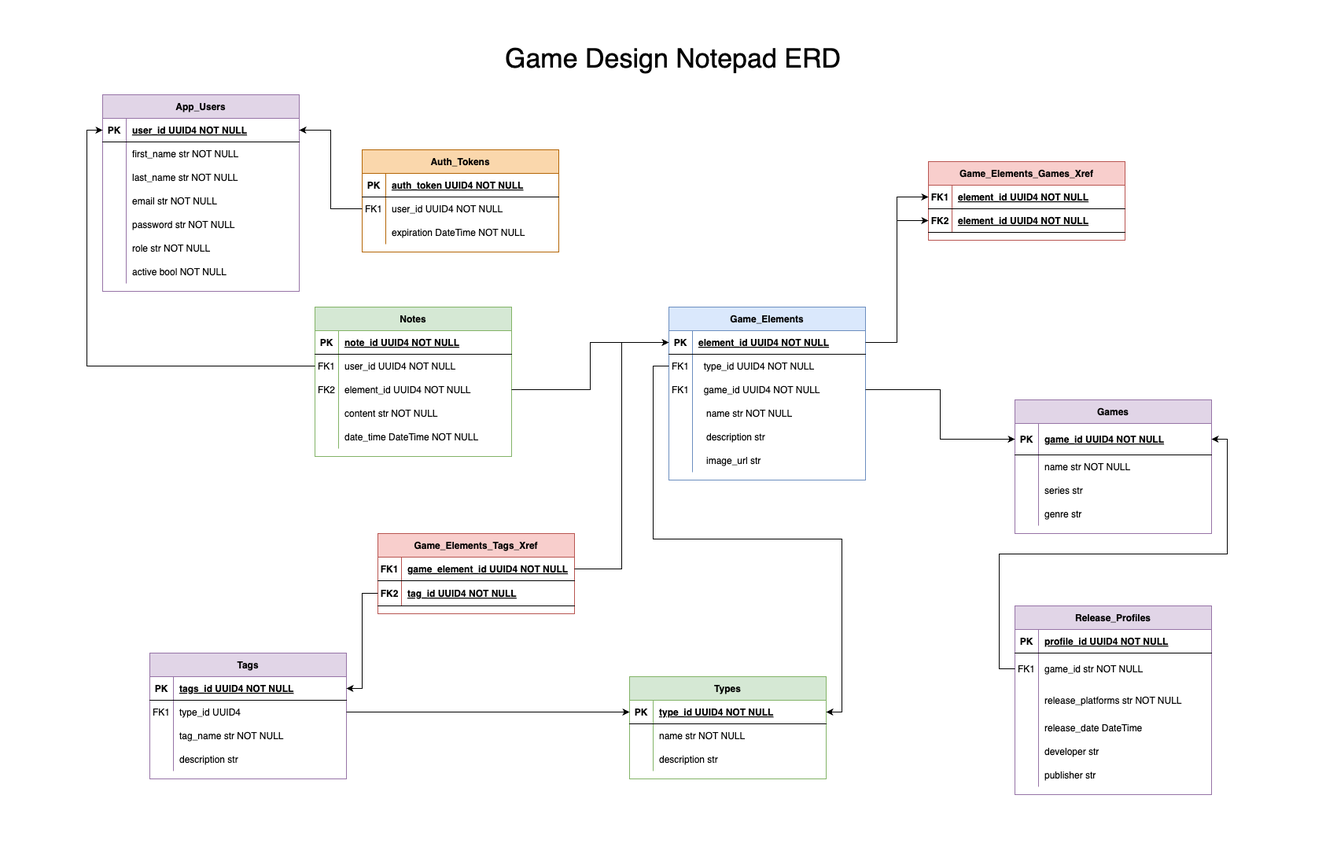
Mark-David-Hill/gd-notepad-be keeps this draw.io diagram as gd-notepad-erd.png. Above is the earlier version. Source tidied: cells renumbered, new cells last; positions are measured from the earlier drawing's top-left corner, leaving out a move shared by most shapes.
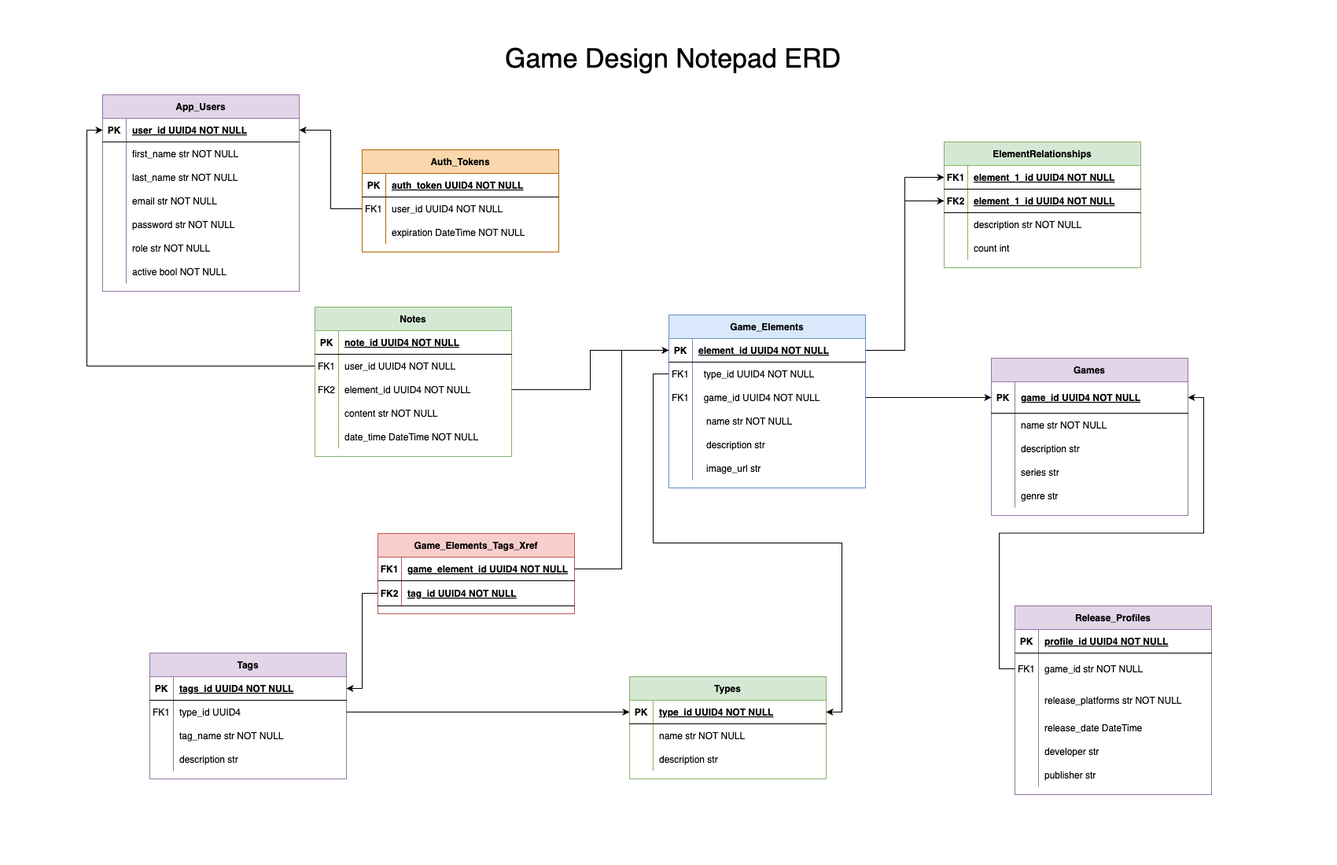
The same diagram one commit later.

Commit message:
updates erd and adds postman collection

What changed in the source:
```diff
@@ -33,7 +33,7 @@
       <mxGeometry x="30" width="220" height="30" as="geometry" />
     </mxCell>
     <mxCell id="12" value="Game_Elements" style="shape=table;startSize=30;rowLines=0;fontStyle=1;align=center;fillColor=#dae8fc;strokeColor=#6c8ebf;" parent="1" vertex="1">
-      <mxGeometry x="720" y="340" width="250" height="220" as="geometry" />
+      <mxGeometry x="720" y="350" width="250" height="220" as="geometry" />
     </mxCell>
     <mxCell id="13" style="shape=partialRectangle;fillColor=none;points=[[0,0.5],[1,0.5]];portConstraint=eastwest;top=0;left=0;right=0;bottom=1;" parent="12" vertex="1">
       <mxGeometry y="30" width="250" height="30" as="geometry" />
@@ -93,7 +93,7 @@
       <mxGeometry relative="1" as="geometry" />
     </mxCell>
     <mxCell id="32" value="Games" style="shape=table;startSize=30;rowLines=0;fontStyle=1;align=center;fillColor=#e1d5e7;strokeColor=#9673a6;" parent="1" vertex="1">
-      <mxGeometry x="1160" y="458" width="250" height="170" as="geometry" />
+      <mxGeometry x="1130" y="405" width="250" height="200" as="geometry" />
     </mxCell>
     <mxCell id="33" style="shape=partialRectangle;fillColor=none;points=[[0,0.5],[1,0.5]];portConstraint=eastwest;top=0;left=0;right=0;bottom=1;" parent="32" vertex="1">
       <mxGeometry y="30" width="250" height="40" as="geometry" />
@@ -113,8 +113,17 @@
     <mxCell id="38" value="name str NOT NULL" style="shape=partialRectangle;overflow=hidden;fillColor=none;top=0;left=0;bottom=0;right=0;align=left;spacingLeft=6;" parent="36" vertex="1">
       <mxGeometry x="30" width="220" height="30" as="geometry" />
     </mxCell>
+    <mxCell id="150" style="shape=partialRectangle;fillColor=none;top=0;left=0;right=0;bottom=0;" parent="32" vertex="1">
+      <mxGeometry y="100" width="250" height="30" as="geometry" />
+    </mxCell>
+    <mxCell id="151" style="shape=partialRectangle;overflow=hidden;fillColor=none;top=0;left=0;bottom=0;right=0;" parent="150" vertex="1">
+      <mxGeometry width="30" height="30" as="geometry" />
+    </mxCell>
+    <mxCell id="152" value="description str" style="shape=partialRectangle;overflow=hidden;fillColor=none;top=0;left=0;bottom=0;right=0;align=left;spacingLeft=6;" parent="150" vertex="1">
+      <mxGeometry x="30" width="220" height="30" as="geometry" />
+    </mxCell>
     <mxCell id="39" style="shape=partialRectangle;fillColor=none;top=0;left=0;right=0;bottom=0;" parent="32" vertex="1">
-      <mxGeometry y="100" width="250" height="30" as="geometry" />
+      <mxGeometry y="130" width="250" height="30" as="geometry" />
     </mxCell>
     <mxCell id="40" style="shape=partialRectangle;overflow=hidden;fillColor=none;top=0;left=0;bottom=0;right=0;" parent="39" vertex="1">
       <mxGeometry width="30" height="30" as="geometry" />
@@ -123,7 +132,7 @@
       <mxGeometry x="30" width="220" height="30" as="geometry" />
     </mxCell>
     <mxCell id="42" style="shape=partialRectangle;fillColor=none;top=0;left=0;right=0;bottom=0;" parent="32" vertex="1">
-      <mxGeometry y="130" width="250" height="30" as="geometry" />
+      <mxGeometry y="160" width="250" height="30" as="geometry" />
     </mxCell>
     <mxCell id="43" style="shape=partialRectangle;overflow=hidden;fillColor=none;top=0;left=0;bottom=0;right=0;" parent="42" vertex="1">
       <mxGeometry width="30" height="30" as="geometry" />
@@ -341,33 +350,6 @@
     <mxCell id="114" value="expiration DateTime NOT NULL" style="shape=partialRectangle;overflow=hidden;fillColor=none;top=0;left=0;bottom=0;right=0;align=left;spacingLeft=6;" parent="112" vertex="1">
       <mxGeometry x="30" width="220" height="30" as="geometry" />
     </mxCell>
-    <mxCell id="115" value="Game_Elements_Games_Xref" style="shape=table;startSize=30;rowLines=0;fontStyle=1;align=center;fillColor=#f8cecc;strokeColor=#b85450;" parent="1" vertex="1">
-      <mxGeometry x="1050" y="155" width="250" height="100" as="geometry" />
-    </mxCell>
-    <mxCell id="116" style="shape=partialRectangle;fillColor=none;points=[[0,0.5],[1,0.5]];portConstraint=eastwest;top=0;left=0;right=0;bottom=1;" parent="115" vertex="1">
-      <mxGeometry y="30" width="250" height="30" as="geometry" />
-    </mxCell>
-    <mxCell id="117" value="FK1" style="shape=partialRectangle;overflow=hidden;fillColor=none;top=0;left=0;bottom=0;right=0;fontStyle=1;" parent="116" vertex="1">
-      <mxGeometry width="30" height="30" as="geometry" />
-    </mxCell>
-    <mxCell id="118" value="element_id UUID4 NOT NULL " style="shape=partialRectangle;overflow=hidden;fillColor=none;top=0;left=0;bottom=0;right=0;align=left;spacingLeft=6;fontStyle=5;" parent="116" vertex="1">
-      <mxGeometry x="30" width="220" height="30" as="geometry" />
-    </mxCell>
-    <mxCell id="119" style="shape=partialRectangle;fillColor=none;points=[[0,0.5],[1,0.5]];portConstraint=eastwest;top=0;left=0;right=0;bottom=1;" parent="115" vertex="1">
-      <mxGeometry y="60" width="250" height="30" as="geometry" />
-    </mxCell>
-    <mxCell id="120" value="FK2" style="shape=partialRectangle;overflow=hidden;fillColor=none;top=0;left=0;bottom=0;right=0;fontStyle=1;" parent="119" vertex="1">
-      <mxGeometry width="30" height="30" as="geometry" />
-    </mxCell>
-    <mxCell id="121" value="element_id UUID4 NOT NULL " style="shape=partialRectangle;overflow=hidden;fillColor=none;top=0;left=0;bottom=0;right=0;align=left;spacingLeft=6;fontStyle=5;" parent="119" vertex="1">
-      <mxGeometry x="30" width="220" height="30" as="geometry" />
-    </mxCell>
-    <mxCell id="122" style="edgeStyle=orthogonalEdgeStyle;rounded=0;jettySize=auto;html=1;exitX=1;exitY=0.5;exitDx=0;exitDy=0;" parent="1" edge="1" source="13" target="119">
-      <mxGeometry relative="1" as="geometry" />
-    </mxCell>
-    <mxCell id="123" style="edgeStyle=orthogonalEdgeStyle;rounded=0;jettySize=auto;html=1;" parent="1" edge="1" source="13" target="116">
-      <mxGeometry relative="1" as="geometry" />
-    </mxCell>
     <mxCell id="124" value="Release_Profiles" style="shape=table;startSize=30;rowLines=0;fontStyle=1;align=center;fillColor=#e1d5e7;strokeColor=#9673a6;" parent="1" vertex="1">
       <mxGeometry x="1160" y="720" width="250" height="240" as="geometry" />
     </mxCell>
@@ -446,5 +428,50 @@
     <mxCell id="149" style="edgeStyle=orthogonalEdgeStyle;rounded=0;jettySize=auto;html=1;" parent="1" edge="1" source="19" target="33">
       <mxGeometry relative="1" as="geometry" />
     </mxCell>
+    <mxCell id="153" value="ElementRelationships" style="shape=table;startSize=30;rowLines=0;fontStyle=1;align=center;fillColor=#d5e8d4;strokeColor=#82b366;" parent="1" vertex="1">
+      <mxGeometry x="1070" y="130" width="250" height="160" as="geometry" />
+    </mxCell>
+    <mxCell id="116" style="shape=partialRectangle;fillColor=none;points=[[0,0.5],[1,0.5]];portConstraint=eastwest;top=0;left=0;right=0;bottom=1;" parent="153" vertex="1">
+      <mxGeometry y="30" width="250" height="30" as="geometry" />
+    </mxCell>
+    <mxCell id="117" value="FK1" style="shape=partialRectangle;overflow=hidden;fillColor=none;top=0;left=0;bottom=0;right=0;fontStyle=1;" parent="116" vertex="1">
+      <mxGeometry width="30" height="30" as="geometry" />
+    </mxCell>
+    <mxCell id="154" value="element_1_id UUID4 NOT NULL " style="shape=partialRectangle;overflow=hidden;fillColor=none;top=0;left=0;bottom=0;right=0;align=left;spacingLeft=6;fontStyle=5;" parent="116" vertex="1">
+      <mxGeometry x="30" width="220" height="30" as="geometry" />
+    </mxCell>
+    <mxCell id="119" style="shape=partialRectangle;fillColor=none;points=[[0,0.5],[1,0.5]];portConstraint=eastwest;top=0;left=0;right=0;bottom=1;" parent="153" vertex="1">
+      <mxGeometry y="60" width="250" height="30" as="geometry" />
+    </mxCell>
+    <mxCell id="120" value="FK2" style="shape=partialRectangle;overflow=hidden;fillColor=none;top=0;left=0;bottom=0;right=0;fontStyle=1;" parent="119" vertex="1">
+      <mxGeometry width="30" height="30" as="geometry" />
+    </mxCell>
+    <mxCell id="155" value="element_1_id UUID4 NOT NULL " style="shape=partialRectangle;overflow=hidden;fillColor=none;top=0;left=0;bottom=0;right=0;align=left;spacingLeft=6;fontStyle=5;" parent="119" vertex="1">
+      <mxGeometry x="30" width="220" height="30" as="geometry" />
+    </mxCell>
+    <mxCell id="156" style="shape=partialRectangle;fillColor=none;top=0;left=0;right=0;bottom=0;" parent="153" vertex="1">
+      <mxGeometry y="90" width="250" height="30" as="geometry" />
+    </mxCell>
+    <mxCell id="157" style="shape=partialRectangle;overflow=hidden;fillColor=none;top=0;left=0;bottom=0;right=0;" parent="156" vertex="1">
+      <mxGeometry width="30" height="30" as="geometry" />
+    </mxCell>
+    <mxCell id="158" value="description str NOT NULL" style="shape=partialRectangle;overflow=hidden;fillColor=none;top=0;left=0;bottom=0;right=0;align=left;spacingLeft=6;" parent="156" vertex="1">
+      <mxGeometry x="30" width="220" height="30" as="geometry" />
+    </mxCell>
+    <mxCell id="159" style="shape=partialRectangle;fillColor=none;top=0;left=0;right=0;bottom=0;" parent="153" vertex="1">
+      <mxGeometry y="120" width="250" height="30" as="geometry" />
+    </mxCell>
+    <mxCell id="160" style="shape=partialRectangle;overflow=hidden;fillColor=none;top=0;left=0;bottom=0;right=0;" parent="159" vertex="1">
+      <mxGeometry width="30" height="30" as="geometry" />
+    </mxCell>
+    <mxCell id="161" value="count int" style="shape=partialRectangle;overflow=hidden;fillColor=none;top=0;left=0;bottom=0;right=0;align=left;spacingLeft=6;" parent="159" vertex="1">
+      <mxGeometry x="30" width="220" height="30" as="geometry" />
+    </mxCell>
+    <mxCell id="122" style="edgeStyle=orthogonalEdgeStyle;rounded=0;jettySize=auto;html=1;" parent="1" edge="1" source="13" target="119">
+      <mxGeometry relative="1" as="geometry" />
+    </mxCell>
+    <mxCell id="123" style="edgeStyle=orthogonalEdgeStyle;rounded=0;jettySize=auto;html=1;" parent="1" edge="1" source="13" target="116">
+      <mxGeometry relative="1" as="geometry" />
+    </mxCell>
   </root>
 </mxGraphModel>
```
